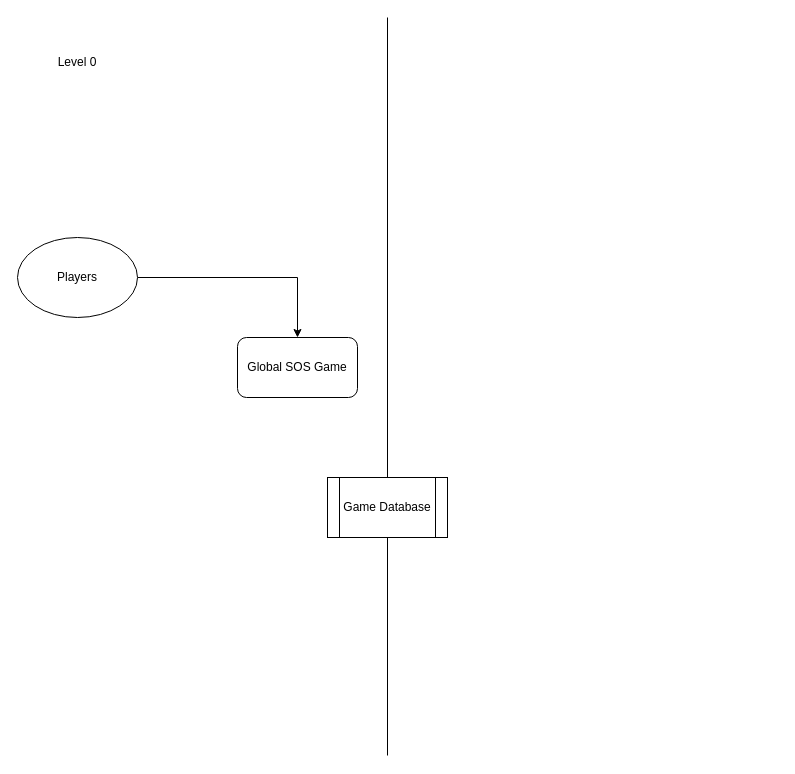
The draw.io diagram Data flow Diagram.drawio in KevZep/Sprint0_KevenZ, before the edit. Source tidied: cells renumbered, new cells numbered last; positions are measured from the earlier drawing's top-left corner, leaving out a move shared by most shapes. Both pictures are drawn from the tidied source at 100%, with x=0, y=0 at pixel (17, 17).
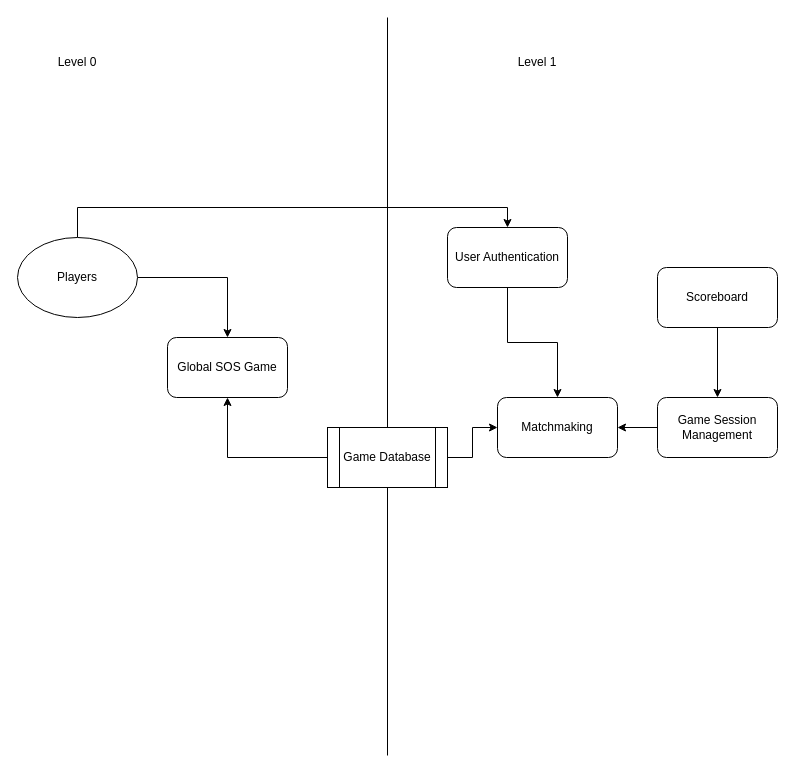
The same page after the edit.

Unchanged cells that the change refers to:
```xml
<mxCell id="3" value="Players" style="ellipse;whiteSpace=wrap;html=1;" parent="1" vertex="1">
  <mxGeometry y="220" width="120" height="80" as="geometry" />
</mxCell>
```

The edit, as a diff of the source:
```diff
@@
+    <mxCell id="8" style="edgeStyle=orthogonalEdgeStyle;rounded=0;jettySize=auto;html=1;exitX=0.5;exitY=0;exitDx=0;exitDy=0;entryX=0.5;entryY=0;entryDx=0;entryDy=0;" parent="1" edge="1" source="3" target="12">
+      <mxGeometry relative="1" as="geometry" />
+    </mxCell>
@@
-    <mxCell id="4" style="endArrow=none;html=1;rounded=0;" parent="1" edge="1">
+    <mxCell id="4" style="endArrow=none;html=1;rounded=0;" parent="1" edge="1" source="7">
       <mxGeometry relative="1" as="geometry">
-        <mxPoint x="370" y="738" as="sourcePoint" />
         <mxPoint x="370" as="targetPoint" />
       </mxGeometry>
     </mxCell>
@@
     <mxCell id="6" value="Global SOS Game" style="rounded=1;whiteSpace=wrap;html=1;" parent="1" vertex="1">
-      <mxGeometry x="220" y="320" width="120" height="60" as="geometry" />
+      <mxGeometry x="150" y="320" width="120" height="60" as="geometry" />
     </mxCell>
+    <mxCell id="9" style="edgeStyle=orthogonalEdgeStyle;rounded=0;jettySize=auto;html=1;entryX=0.5;entryY=1;entryDx=0;entryDy=0;" parent="1" edge="1" source="7" target="6">
+      <mxGeometry relative="1" as="geometry">
+        <Array as="points">
+          <mxPoint x="210" y="440" />
+        </Array>
+      </mxGeometry>
+    </mxCell>
+    <mxCell id="10" value="Level 1" style="text;html=1;align=center;verticalAlign=middle;whiteSpace=wrap;rounded=0;" parent="1" vertex="1">
+      <mxGeometry x="490" y="30" width="60" height="30" as="geometry" />
+    </mxCell>
+    <mxCell id="11" style="edgeStyle=orthogonalEdgeStyle;rounded=0;jettySize=auto;html=1;entryX=0.5;entryY=0;entryDx=0;entryDy=0;" parent="1" edge="1" source="12" target="13">
+      <mxGeometry relative="1" as="geometry" />
+    </mxCell>
+    <mxCell id="12" value="User Authentication" style="rounded=1;whiteSpace=wrap;html=1;" parent="1" vertex="1">
+      <mxGeometry x="430" y="210" width="120" height="60" as="geometry" />
+    </mxCell>
+    <mxCell id="13" value="Matchmaking" style="rounded=1;whiteSpace=wrap;html=1;" parent="1" vertex="1">
+      <mxGeometry x="480" y="380" width="120" height="60" as="geometry" />
+    </mxCell>
+    <mxCell id="14" style="edgeStyle=orthogonalEdgeStyle;rounded=0;jettySize=auto;html=1;entryX=1;entryY=0.5;entryDx=0;entryDy=0;" parent="1" edge="1" source="15" target="13">
+      <mxGeometry relative="1" as="geometry" />
+    </mxCell>
+    <mxCell id="15" value="Game Session Management" style="rounded=1;whiteSpace=wrap;html=1;" parent="1" vertex="1">
+      <mxGeometry x="640" y="380" width="120" height="60" as="geometry" />
+    </mxCell>
+    <mxCell id="16" style="edgeStyle=orthogonalEdgeStyle;rounded=0;jettySize=auto;html=1;" parent="1" edge="1" source="17" target="15">
+      <mxGeometry relative="1" as="geometry" />
+    </mxCell>
+    <mxCell id="17" value="Scoreboard" style="rounded=1;whiteSpace=wrap;html=1;" parent="1" vertex="1">
+      <mxGeometry x="640" y="250" width="120" height="60" as="geometry" />
+    </mxCell>
+    <mxCell id="18" style="endArrow=none;html=1;rounded=0;" parent="1" edge="1" target="7">
+      <mxGeometry relative="1" as="geometry">
+        <mxPoint x="370" y="738" as="sourcePoint" />
+      </mxGeometry>
+    </mxCell>
+    <mxCell id="19" style="edgeStyle=orthogonalEdgeStyle;rounded=0;jettySize=auto;html=1;exitX=1;exitY=0.5;exitDx=0;exitDy=0;entryX=0;entryY=0.5;entryDx=0;entryDy=0;" parent="1" edge="1" source="7" target="13">
+      <mxGeometry relative="1" as="geometry" />
+    </mxCell>
     <mxCell id="7" value="Game Database" style="shape=process;whiteSpace=wrap;html=1;backgroundOutline=1;" parent="1" vertex="1">
-      <mxGeometry x="310" y="460" width="120" height="60" as="geometry" />
+      <mxGeometry x="310" y="410" width="120" height="60" as="geometry" />
     </mxCell>
```
